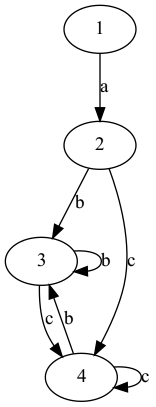
The Graphviz diagram py_code/Digraph.gv.png in bei-ling/compiler, before a commit. Its source is kept beside it as py_code/Digraph.gv.
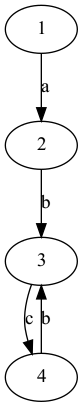
After the change.

Change to the diagram source:
```diff
@@ -1,13 +1,10 @@
 digraph {
 	1 -> 2 [label=a]
 	2 -> 3 [label=b]
-	2 -> 4 [label=c]
-	3 -> 3 [label=b]
 	3 -> 4 [label=c]
 	4 -> 3 [label=b]
-	4 -> 4 [label=c]
+	2 [label=2]
 	1 [label=1]
+	3 [label=3]
 	4 [label=4]
-	3 [label=3]
-	2 [label=2]
 }
```
